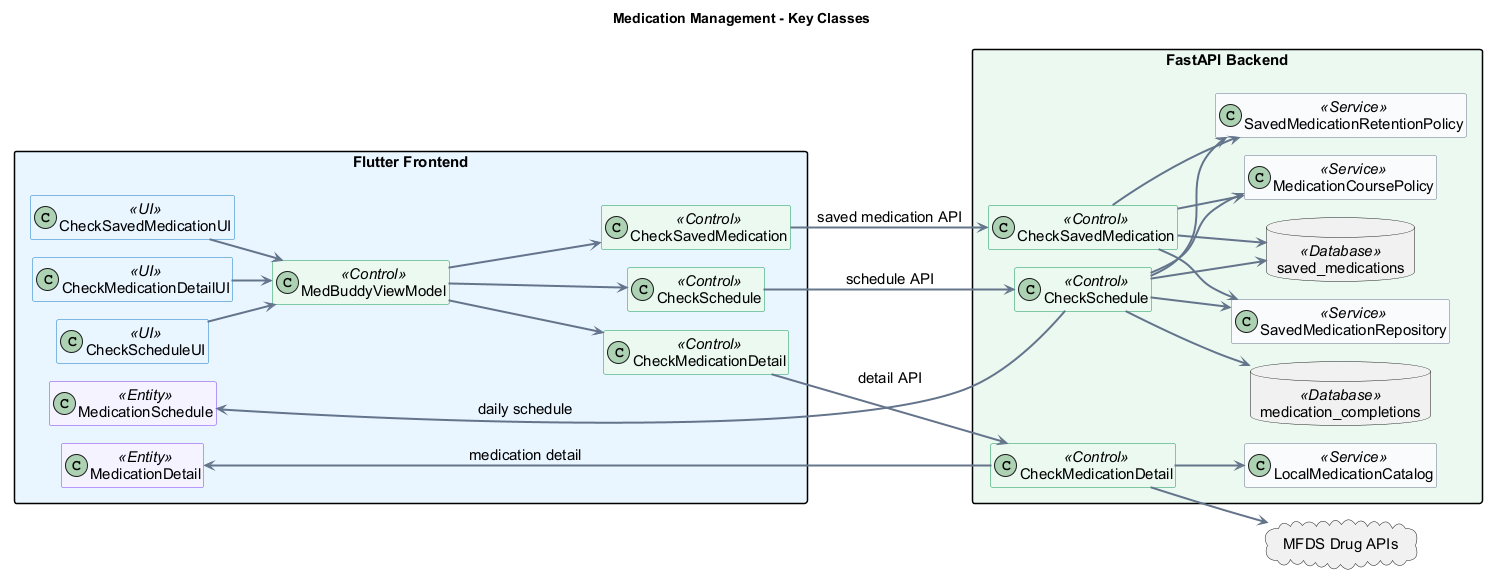
Earlier version of the PlantUML export docs/UML/class/03_MedicationManagement.png (1window2/MedBuddy). The source it was exported from:
```plantuml
@startuml
allowmixing
scale max 1920 width
left to right direction
!pragma layout smetana

title Medication Management - Key Classes

skinparam backgroundColor white
skinparam shadowing false
skinparam linetype ortho
skinparam defaultFontName Arial
skinparam defaultFontSize 15
skinparam ArrowColor #64748B
skinparam ArrowThickness 2
skinparam packageStyle rectangle
skinparam classAttributeIconSize 0
hide empty members

skinparam classBackgroundColor<<UI>> #E8F4FF
skinparam classBorderColor<<UI>> #147BC1
skinparam classBackgroundColor<<Control>> #EAF8F0
skinparam classBorderColor<<Control>> #159957
skinparam classBackgroundColor<<Service>> #F8FAFC
skinparam classBorderColor<<Service>> #64748B
skinparam classBackgroundColor<<Entity>> #F5F3FF
skinparam classBorderColor<<Entity>> #7C3AED
skinparam classBackgroundColor<<Database>> #FFF7E6
skinparam classBorderColor<<Database>> #D97706
skinparam classBackgroundColor<<External>> #FFF7E6
skinparam classBorderColor<<External>> #D97706

package "Flutter Frontend" #E8F4FF {
  class CheckScheduleUI <<UI>>
  class CheckSavedMedicationUI <<UI>>
  class CheckMedicationDetailUI <<UI>>
  class MedBuddyViewModel <<Control>>
  class "CheckSchedule" as FCheckSchedule <<Control>>
  class "CheckSavedMedication" as FCheckSavedMedication <<Control>>
  class "CheckMedicationDetail" as FCheckMedicationDetail <<Control>>
  class "MedicationSchedule" as FMedicationSchedule <<Entity>>
  class "MedicationDetail" as FMedicationDetail <<Entity>>
}

package "FastAPI Backend" #EAF8F0 {
  class "CheckSchedule" as BCheckSchedule <<Control>>
  class "CheckSavedMedication" as BCheckSavedMedication <<Control>>
  class "CheckMedicationDetail" as BCheckMedicationDetail <<Control>>
  class MedicationCoursePolicy <<Service>>
  class SavedMedicationRetentionPolicy <<Service>>
  class SavedMedicationRepository <<Service>>
  class LocalMedicationCatalog <<Service>>
  database "saved_medications" as DBSavedMedication <<Database>>
  database "medication_completions" as DBMedicationCompletion <<Database>>
}

cloud "MFDS Drug APIs" as MFDS

CheckScheduleUI --> MedBuddyViewModel
CheckSavedMedicationUI --> MedBuddyViewModel
CheckMedicationDetailUI --> MedBuddyViewModel
MedBuddyViewModel --> FCheckSchedule
MedBuddyViewModel --> FCheckSavedMedication
MedBuddyViewModel --> FCheckMedicationDetail

FCheckSchedule --> BCheckSchedule : schedule API
FCheckSavedMedication --> BCheckSavedMedication : saved medication API
FCheckMedicationDetail --> BCheckMedicationDetail : detail API

BCheckSchedule --> MedicationCoursePolicy
BCheckSchedule --> SavedMedicationRetentionPolicy
BCheckSchedule --> SavedMedicationRepository
BCheckSchedule --> DBSavedMedication
BCheckSchedule --> DBMedicationCompletion

BCheckSavedMedication --> MedicationCoursePolicy
BCheckSavedMedication --> SavedMedicationRetentionPolicy
BCheckSavedMedication --> SavedMedicationRepository
BCheckSavedMedication --> DBSavedMedication

BCheckMedicationDetail --> LocalMedicationCatalog
BCheckMedicationDetail --> MFDS

BCheckSchedule --> FMedicationSchedule : daily schedule
BCheckMedicationDetail --> FMedicationDetail : medication detail
@enduml
```
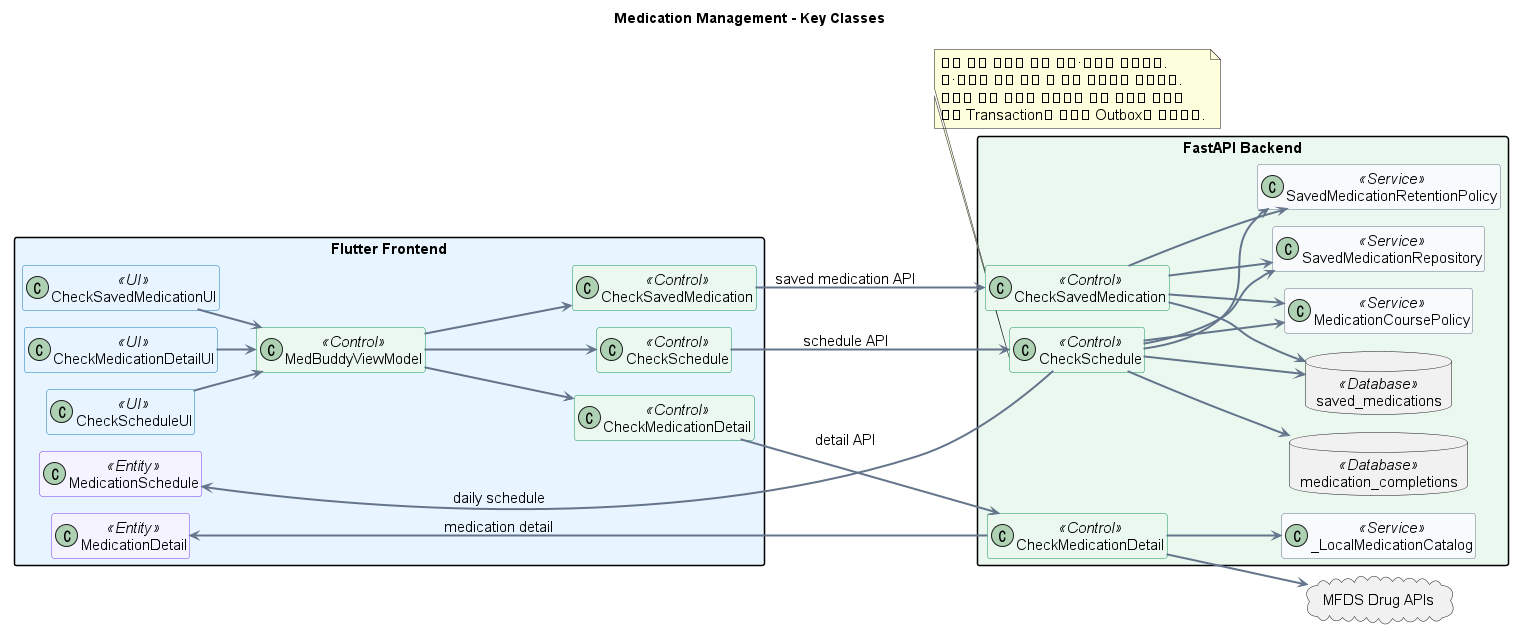
After the change.

What changed in the source:
```diff
@@ -49,7 +49,7 @@
   class MedicationCoursePolicy <<Service>>
   class SavedMedicationRetentionPolicy <<Service>>
   class SavedMedicationRepository <<Service>>
-  class LocalMedicationCatalog <<Service>>
+  class "_LocalMedicationCatalog" as LocalMedicationCatalog <<Service>>
   database "saved_medications" as DBSavedMedication <<Database>>
   database "medication_completions" as DBMedicationCompletion <<Database>>
 }
@@ -73,6 +73,13 @@
 BCheckSchedule --> DBSavedMedication
 BCheckSchedule --> DBMedicationCompletion
 
+note bottom of BCheckSchedule
+  개별 약과 시간대 전체 완료·취소를 처리한다.
+  홈·알림은 전체 완료 후 일정 확인으로 연결한다.
+  알림의 대상 날짜를 검사하고 신규 시간대 완료는
+  같은 Transaction에 보호자 Outbox로 기록한다.
+end note
+
 BCheckSavedMedication --> MedicationCoursePolicy
 BCheckSavedMedication --> SavedMedicationRetentionPolicy
 BCheckSavedMedication --> SavedMedicationRepository
```
